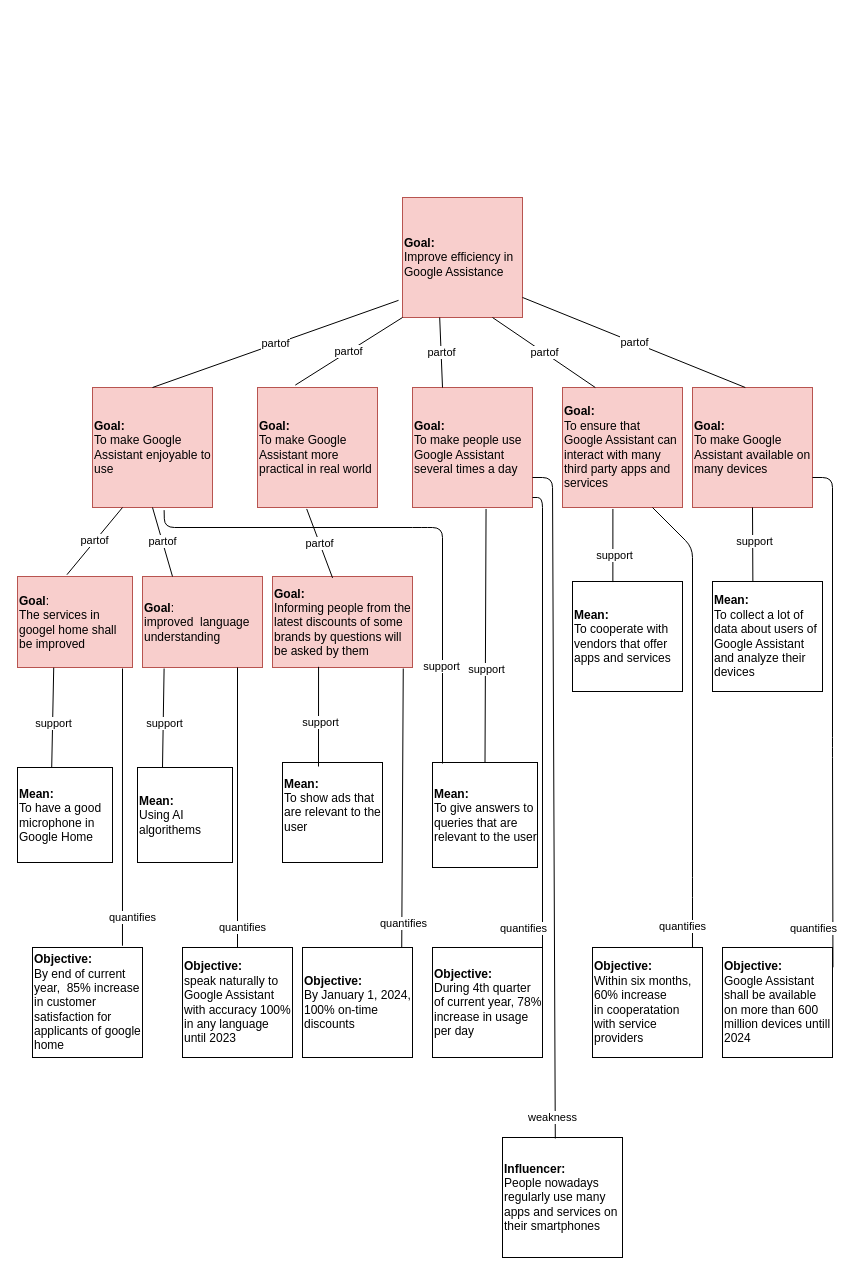
fatemilg/ERP keeps this draw.io diagram as Untitled Diagram.drawio. Above is the earlier version. Source tidied: cells renumbered, new cells numbered last; positions are measured from the earlier drawing's top-left corner, leaving out a move shared by most shapes. Both pictures are drawn from the tidied source at 100%, with x=0, y=0 at pixel (17, 197).
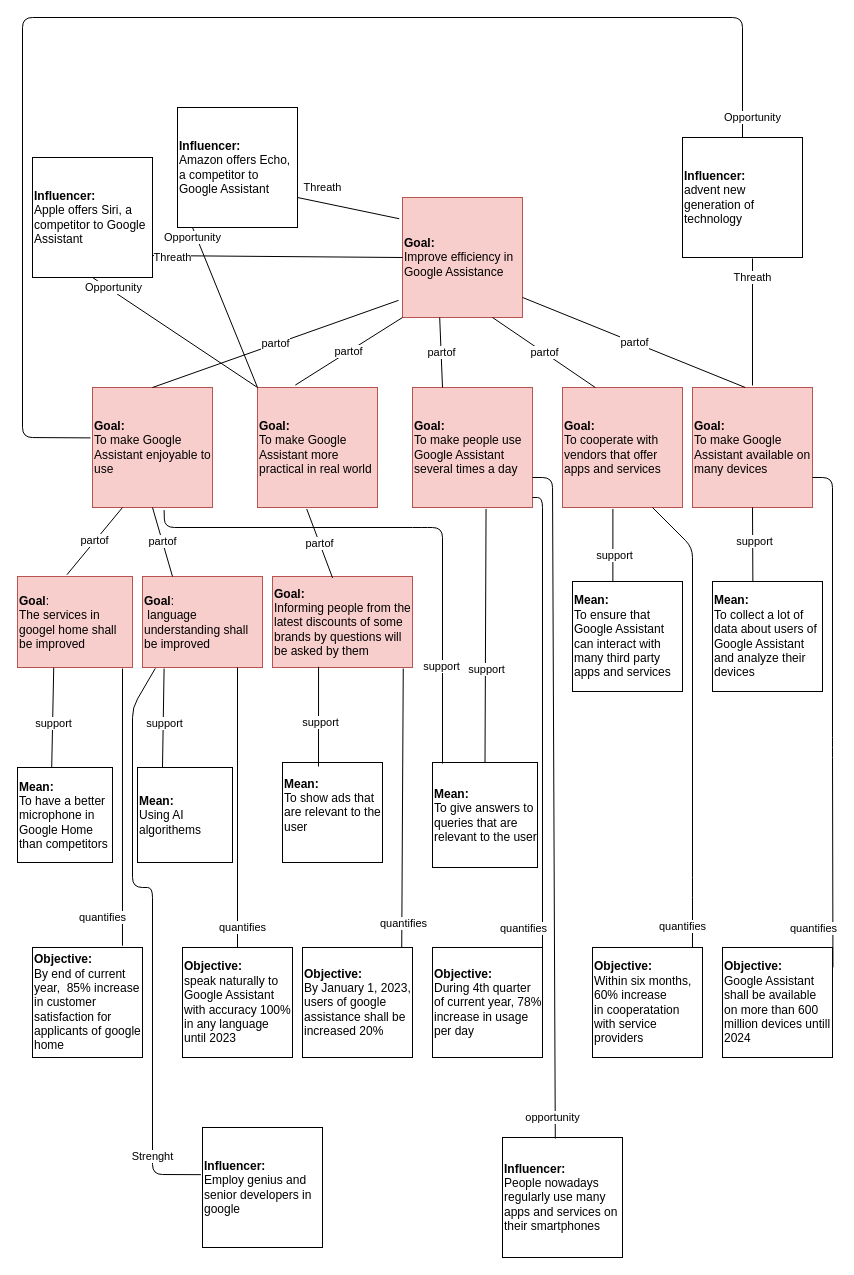
Above is the later version.

Unchanged cells that the change refers to:
```xml
<mxCell id="6" value="&lt;b&gt;Goal:&lt;/b&gt;&lt;br&gt;&lt;div&gt;To make Google Assistant enjoyable to use&lt;br&gt;&lt;/div&gt;" style="whiteSpace=wrap;html=1;align=left;fillColor=#f8cecc;strokeColor=#b85450;" parent="1" vertex="1">
  <mxGeometry x="75" y="190" width="120" height="120" as="geometry" />
</mxCell>
<mxCell id="7" value="&lt;b&gt;Goal:&lt;/b&gt;&lt;br&gt;&lt;div&gt;To make Google Assistant more practical in real world&lt;br&gt;&lt;/div&gt;" style="whiteSpace=wrap;html=1;align=left;fillColor=#f8cecc;strokeColor=#b85450;" parent="1" vertex="1">
  <mxGeometry x="240" y="190" width="120" height="120" as="geometry" />
</mxCell>
<mxCell id="15" style="endArrow=none;html=1;entryX=1;entryY=0.75;entryDx=0;entryDy=0;exitX=0.44;exitY=0.008;exitDx=0;exitDy=0;exitPerimeter=0;" parent="1" edge="1" source="14" target="4">
  <mxGeometry relative="1" as="geometry">
    <Array as="points">
      <mxPoint x="535" y="280" />
      <mxPoint x="515" y="280" />
    </Array>
  </mxGeometry>
</mxCell>
<mxCell id="41" value="&lt;b&gt;Objective:&lt;/b&gt;&lt;br&gt;By end of current year,&amp;nbsp; 85% increase in customer satisfaction for applicants of google home" style="whiteSpace=wrap;html=1;align=left;" parent="1" vertex="1">
  <mxGeometry x="15" y="750" width="110" height="110" as="geometry" />
</mxCell>
<mxCell id="52" value="&lt;b&gt;Goal:&lt;/b&gt;&lt;br&gt;&lt;div&gt;Improve efficiency in Google Assistance&lt;br&gt;&lt;/div&gt;" style="whiteSpace=wrap;html=1;align=left;fillColor=#f8cecc;strokeColor=#b85450;" parent="1" vertex="1">
  <mxGeometry x="385" width="120" height="120" as="geometry" />
</mxCell>
```

The edit, as a diff of the source:
```diff
@@
-    <mxCell id="9" value="&lt;b&gt;Mean:&lt;/b&gt;&lt;br&gt;To have a good microphone in Google Home" style="whiteSpace=wrap;html=1;align=left;" parent="1" vertex="1">
+    <mxCell id="9" value="&lt;b&gt;Mean:&lt;/b&gt;&lt;br&gt;To have a better microphone in Google Home than competitors" style="whiteSpace=wrap;html=1;align=left;" parent="1" vertex="1">
       <mxGeometry y="570" width="95" height="95" as="geometry" />
     </mxCell>
-    <mxCell id="10" value="&lt;b&gt;Mean:&lt;/b&gt;&lt;br&gt;To cooperate with vendors that offer apps and services" style="whiteSpace=wrap;html=1;align=left;" parent="1" vertex="1">
+    <mxCell id="10" value="&lt;b&gt;Mean:&lt;br&gt;&lt;/b&gt;To ensure that Google Assistant can interact with many third party apps and services" style="whiteSpace=wrap;html=1;align=left;" parent="1" vertex="1">
       <mxGeometry x="555" y="384" width="110" height="110" as="geometry" />
     </mxCell>
@@
-    <mxCell id="13" value="&lt;b&gt;Goal:&lt;br&gt;&lt;/b&gt;&lt;span&gt;To ensure that Google Assistant can interact with many third party apps and services&lt;/span&gt;&lt;b&gt;&lt;br&gt;&lt;/b&gt;" style="whiteSpace=wrap;html=1;align=left;fillColor=#f8cecc;strokeColor=#b85450;" parent="1" vertex="1">
+    <mxCell id="13" value="&lt;b&gt;Goal:&lt;/b&gt;&lt;br&gt;To cooperate with vendors that offer apps and services" style="whiteSpace=wrap;html=1;align=left;fillColor=#f8cecc;strokeColor=#b85450;" parent="1" vertex="1">
       <mxGeometry x="545" y="190" width="120" height="120" as="geometry" />
     </mxCell>
@@
-    <mxCell id="16" value="weakness&lt;br&gt;" style="edgeLabel;html=1;align=center;verticalAlign=middle;" parent="15" vertex="1">
+    <mxCell id="16" value="opportunity" style="edgeLabel;html=1;align=center;verticalAlign=middle;" parent="15" vertex="1">
       <mxGeometry x="-0.87" y="-2" relative="1" as="geometry">
         <mxPoint x="-5" y="23" as="offset" />
       </mxGeometry>
     </mxCell>
@@
-    <mxCell id="32" value="&lt;div&gt;&lt;b&gt;Goal&lt;/b&gt;:&lt;/div&gt;improved&amp;nbsp; language understanding" style="rounded=0;whiteSpace=wrap;html=1;align=left;fillColor=#f8cecc;strokeColor=#b85450;" parent="1" vertex="1">
+    <mxCell id="32" value="&lt;div&gt;&lt;b&gt;Goal&lt;/b&gt;:&lt;/div&gt;&amp;nbsp;language understanding shall be improved" style="rounded=0;whiteSpace=wrap;html=1;align=left;fillColor=#f8cecc;strokeColor=#b85450;" parent="1" vertex="1">
       <mxGeometry x="125" y="379" width="120" height="91" as="geometry" />
     </mxCell>
@@
     <mxCell id="42" value="quantifies" style="endArrow=none;html=1;exitX=0.818;exitY=-0.016;exitDx=0;exitDy=0;exitPerimeter=0;" parent="1" edge="1" source="41">
-      <mxGeometry x="-0.8" y="-10" relative="1" as="geometry">
+      <mxGeometry x="-0.8" y="20" relative="1" as="geometry">
         <mxPoint x="105" y="471" as="targetPoint" />
       </mxGeometry>
     </mxCell>
@@
-    <mxCell id="49" value="&lt;b&gt;Objective:&lt;/b&gt;&lt;br&gt;By January 1, 2024, 100% on-time discounts" style="whiteSpace=wrap;html=1;align=left;" parent="1" vertex="1">
+    <mxCell id="49" value="&lt;b&gt;Objective:&lt;/b&gt;&lt;br&gt;By January 1, 2023, users of google assistance shall be increased 20%" style="whiteSpace=wrap;html=1;align=left;" parent="1" vertex="1">
       <mxGeometry x="285" y="750" width="110" height="110" as="geometry" />
     </mxCell>
@@
+    <mxCell id="58" value="&lt;b&gt;Influencer:&lt;br&gt;&lt;/b&gt;Apple offers Siri, a competitor to Google Assistant" style="whiteSpace=wrap;html=1;align=left;" parent="1" vertex="1">
+      <mxGeometry x="15" y="-40" width="120" height="120" as="geometry" />
+    </mxCell>
+    <mxCell id="59" value="&lt;b&gt;Influencer:&lt;br&gt;&lt;/b&gt;Amazon offers Echo, a competitor to Google Assistant" style="whiteSpace=wrap;html=1;align=left;" parent="1" vertex="1">
+      <mxGeometry x="160" y="-90" width="120" height="120" as="geometry" />
+    </mxCell>
+    <mxCell id="60" value="Threath" style="endArrow=none;html=1;entryX=-0.027;entryY=0.177;entryDx=0;entryDy=0;entryPerimeter=0;exitX=1;exitY=0.75;exitDx=0;exitDy=0;" parent="1" edge="1" source="59" target="52">
+      <mxGeometry x="-0.57" y="15" relative="1" as="geometry" />
+    </mxCell>
+    <mxCell id="61" style="endArrow=none;html=1;entryX=0;entryY=0.5;entryDx=0;entryDy=0;exitX=0.997;exitY=0.817;exitDx=0;exitDy=0;exitPerimeter=0;" parent="1" edge="1" source="58" target="52">
+      <mxGeometry relative="1" as="geometry" />
+    </mxCell>
+    <mxCell id="62" value="Threath" style="edgeLabel;html=1;align=center;verticalAlign=middle;" parent="61" vertex="1">
+      <mxGeometry x="-0.34" y="-2" relative="1" as="geometry">
+        <mxPoint x="-63" y="-1" as="offset" />
+      </mxGeometry>
+    </mxCell>
+    <mxCell id="63" value="Opportunity" style="endArrow=none;html=1;entryX=0.125;entryY=1;entryDx=0;entryDy=0;entryPerimeter=0;exitX=0;exitY=0;exitDx=0;exitDy=0;" parent="1" edge="1" source="7" target="59">
+      <mxGeometry x="0.89" y="4" relative="1" as="geometry" />
+    </mxCell>
+    <mxCell id="64" style="endArrow=none;html=1;entryX=0.5;entryY=1;entryDx=0;entryDy=0;exitX=0;exitY=0;exitDx=0;exitDy=0;" parent="1" edge="1" source="7" target="58">
+      <mxGeometry relative="1" as="geometry" />
+    </mxCell>
+    <mxCell id="65" value="Opportunity" style="edgeLabel;html=1;align=center;verticalAlign=middle;" parent="64" vertex="1">
+      <mxGeometry x="0.22" y="2" relative="1" as="geometry">
+        <mxPoint x="-43" y="-35" as="offset" />
+      </mxGeometry>
+    </mxCell>
+    <mxCell id="66" value="&lt;b&gt;Influencer:&lt;br&gt;&lt;/b&gt;advent new generation of technology" style="whiteSpace=wrap;html=1;align=left;" parent="1" vertex="1">
+      <mxGeometry x="665" y="-60" width="120" height="120" as="geometry" />
+    </mxCell>
+    <mxCell id="67" value="Threath" style="endArrow=none;html=1;" parent="1" edge="1">
+      <mxGeometry x="0.7" relative="1" as="geometry">
+        <mxPoint x="735" y="188" as="sourcePoint" />
+        <mxPoint x="735" y="61" as="targetPoint" />
+      </mxGeometry>
+    </mxCell>
+    <mxCell id="68" value="Opportunity" style="endArrow=none;html=1;entryX=0.5;entryY=0;entryDx=0;entryDy=0;exitX=-0.017;exitY=0.42;exitDx=0;exitDy=0;exitPerimeter=0;" parent="1" edge="1" source="6" target="66">
+      <mxGeometry x="0.97" y="10" relative="1" as="geometry">
+        <Array as="points">
+          <mxPoint x="5" y="240" />
+          <mxPoint x="5" y="-180" />
+          <mxPoint x="725" y="-180" />
+        </Array>
+      </mxGeometry>
+    </mxCell>
+    <mxCell id="69" value="&lt;b&gt;Influencer:&lt;br&gt;&lt;/b&gt;&lt;span&gt;Employ genius and senior developers in google&lt;/span&gt;&lt;b&gt;&lt;br&gt;&lt;/b&gt;" style="whiteSpace=wrap;html=1;align=left;" parent="1" vertex="1">
+      <mxGeometry x="185" y="930" width="120" height="120" as="geometry" />
+    </mxCell>
+    <mxCell id="70" value="Strenght" style="endArrow=none;html=1;entryX=-0.013;entryY=0.393;entryDx=0;entryDy=0;entryPerimeter=0;exitX=0.107;exitY=1.009;exitDx=0;exitDy=0;exitPerimeter=0;" parent="1" edge="1" source="32" target="69">
+      <mxGeometry x="0.77" relative="1" as="geometry">
+        <Array as="points">
+          <mxPoint x="115" y="510" />
+          <mxPoint x="115" y="690" />
+          <mxPoint x="135" y="690" />
+          <mxPoint x="135" y="977" />
+        </Array>
+      </mxGeometry>
+    </mxCell>
```
